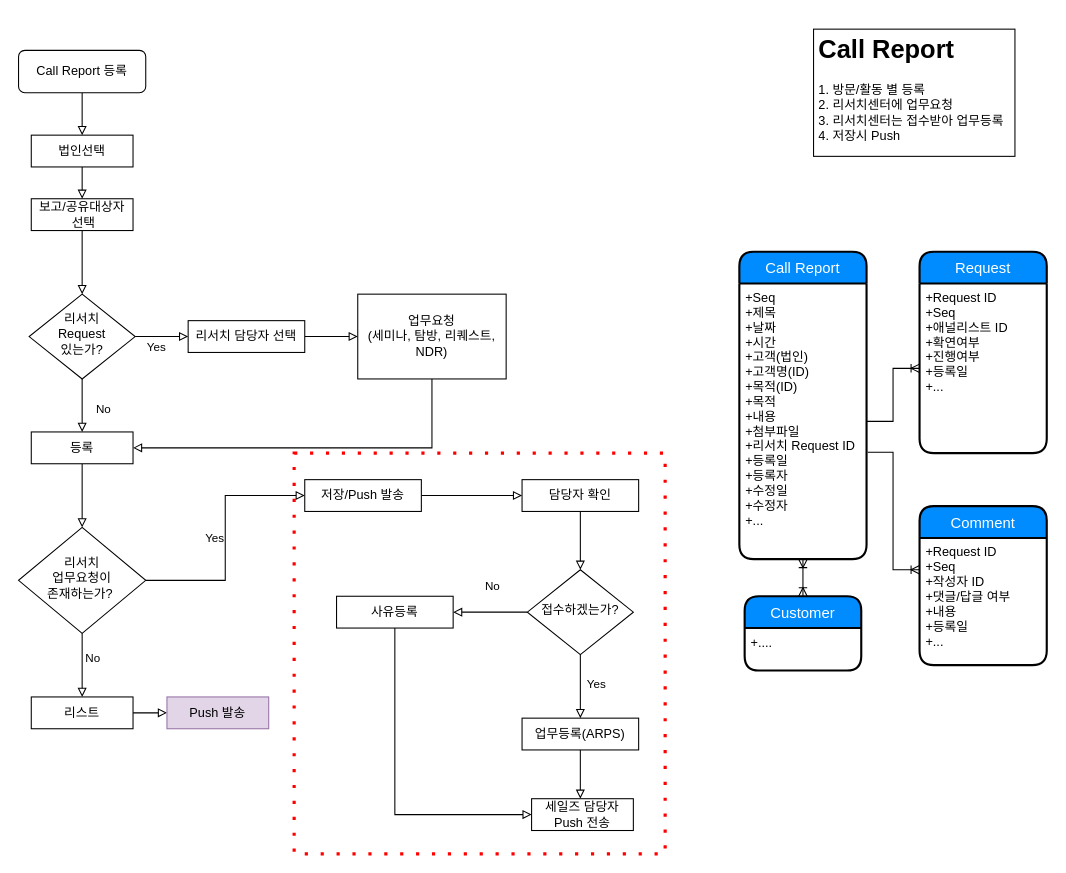
Above: page "Call Report" (4 of 5) of ws_crm.drawio in rex-j2w2/crm (draw.io), before the change. Source tidied: cells renumbered, new cells numbered last; positions are measured from the earlier drawing's top-left corner, leaving out a move shared by most shapes. Both pictures are drawn from the tidied source at 106%, with x=0, y=0 at pixel (18, 29). Pictures stored in the file or linked from it are replaced by grey dashed boxes.
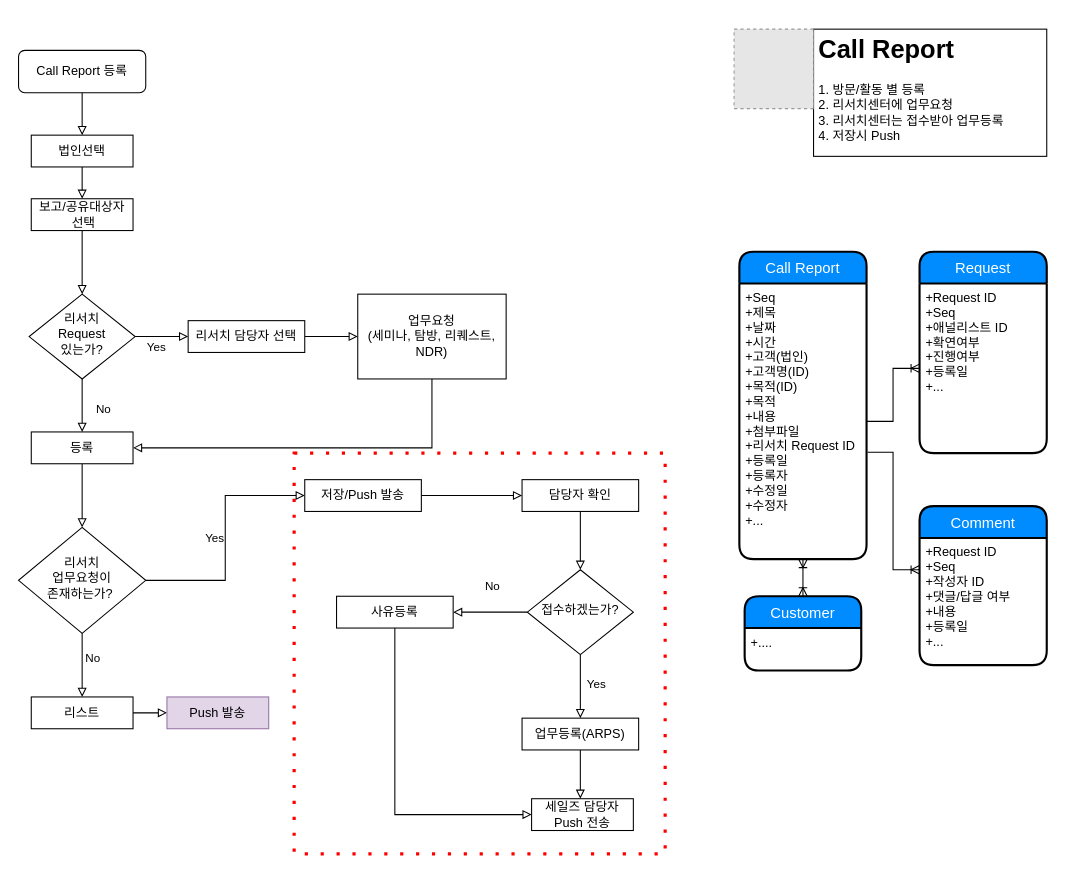
Above is the later version.

Diff of the diagram source:
```diff
@@
     <mxCell id="33" value="&lt;h1&gt;Call Report&lt;/h1&gt;&lt;div&gt;1. 방문/활동 별 등록&lt;/div&gt;&lt;div&gt;2. 리서치센터에 업무요청&lt;/div&gt;&lt;div&gt;3. 리서치센터는 접수받아 업무등록&lt;br&gt;4. 저장시 Push&lt;/div&gt;" style="text;html=1;strokeColor=#000000;fillColor=none;spacing=5;spacingTop=-20;whiteSpace=wrap;overflow=hidden;rounded=0;fontFamily=KB금융 본문체;" parent="1" vertex="1">
-      <mxGeometry x="750" width="190" height="120" as="geometry" />
+      <mxGeometry x="750" width="220" height="120" as="geometry" />
     </mxCell>
@@
+    <mxCell id="49" style="fillColor=#E6E6E6;strokeColor=#999999;dashed=1;verticalLabelPosition=bottom;verticalAlign=top;fontFamily=KB금융 본문체;" parent="1" vertex="1">
+      <mxGeometry x="675" width="75" height="75" as="geometry" />
+    </mxCell>
```
